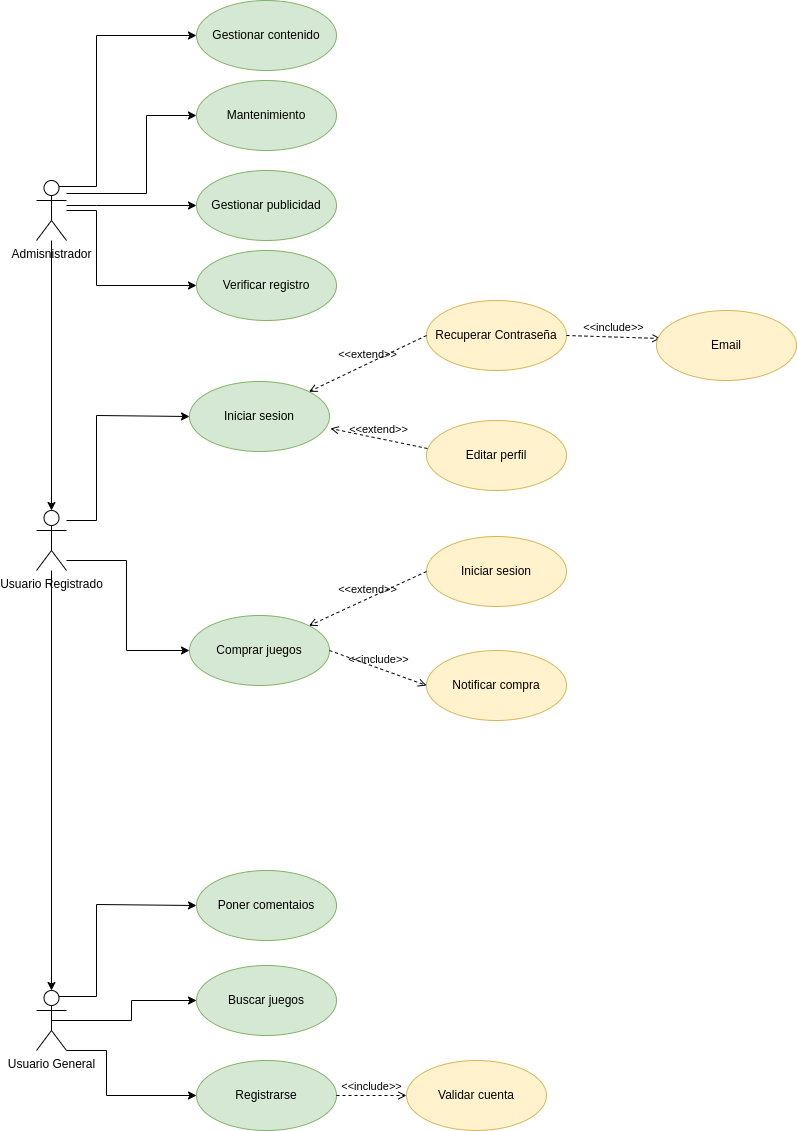
nexphernandez/Adict-Games keeps this draw.io diagram as images/diagramas/CasosDeUso.drawio.png. Above is the earlier version. Source tidied: cells renumbered, new cells last; positions are measured from the earlier drawing's top-left corner, leaving out a move shared by most shapes.
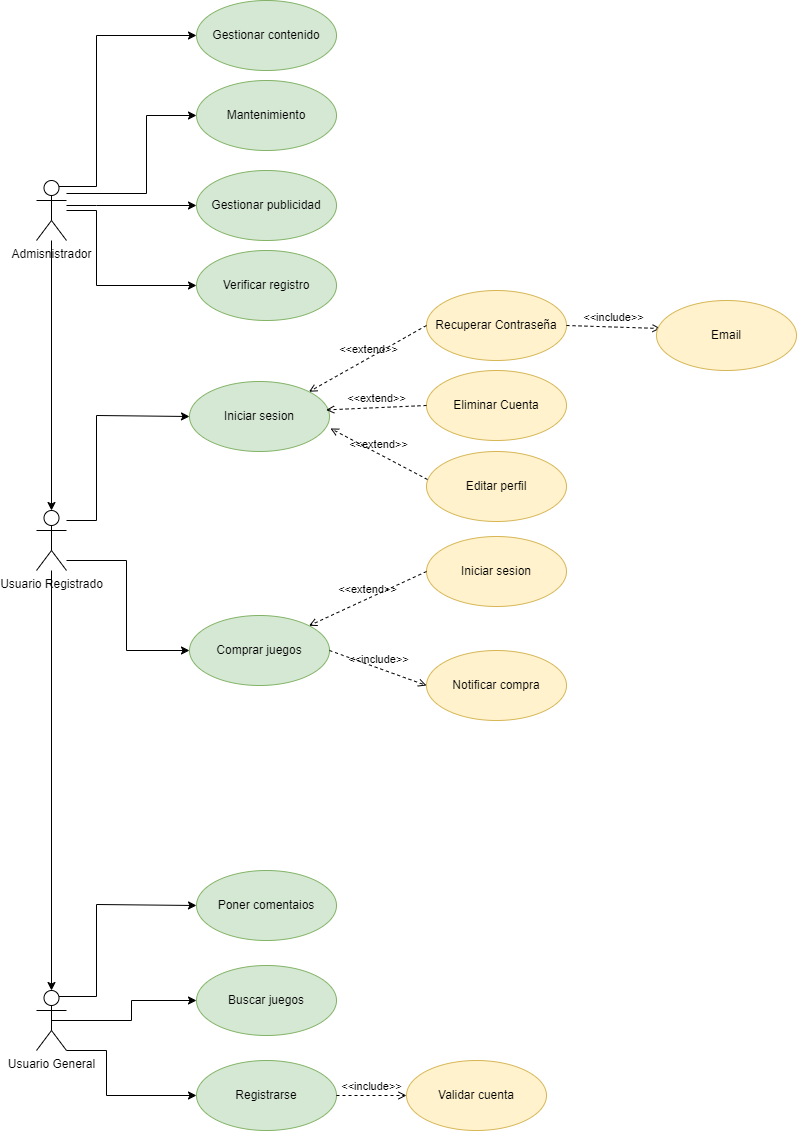
After the commit.

Commit message:
Se termina el diagrama de casos de usos #3

Diff of the diagram source:
```diff
@@ -97,7 +97,7 @@
       <mxGeometry x="160" y="80" width="140" height="70" as="geometry" />
     </mxCell>
     <mxCell id="20" value="Editar perfil" style="ellipse;whiteSpace=wrap;html=1;fillColor=#fff2cc;strokeColor=#d6b656;" parent="1" vertex="1">
-      <mxGeometry x="390" y="420" width="140" height="70" as="geometry" />
+      <mxGeometry x="390" y="451" width="140" height="70" as="geometry" />
     </mxCell>
     <mxCell id="21" value="Gestionar publicidad" style="ellipse;whiteSpace=wrap;html=1;fillColor=#d5e8d4;strokeColor=#82b366;labelBackgroundColor=none;" parent="1" vertex="1">
       <mxGeometry x="160" y="170" width="140" height="70" as="geometry" />
@@ -127,7 +127,7 @@
       <mxGeometry relative="1" as="geometry" />
     </mxCell>
     <mxCell id="30" value="Recuperar Contraseña" style="ellipse;whiteSpace=wrap;html=1;fillColor=#fff2cc;strokeColor=#d6b656;" parent="1" vertex="1">
-      <mxGeometry x="390" y="300" width="140" height="70" as="geometry" />
+      <mxGeometry x="390" y="290" width="140" height="70" as="geometry" />
     </mxCell>
     <mxCell id="31" value="&amp;lt;&amp;lt;extend&amp;gt;&amp;gt;" style="html=1;verticalAlign=bottom;labelBackgroundColor=none;endArrow=open;endFill=0;dashed=1;exitX=0;exitY=0.5;exitDx=0;exitDy=0;entryX=1;entryY=0;entryDx=0;entryDy=0;" parent="1" edge="1" source="30" target="26">
       <mxGeometry relative="1" as="geometry" />
@@ -136,7 +136,7 @@
       <mxGeometry relative="1" as="geometry" />
     </mxCell>
     <mxCell id="33" value="Email" style="ellipse;whiteSpace=wrap;html=1;fillColor=#fff2cc;strokeColor=#d6b656;" parent="1" vertex="1">
-      <mxGeometry x="620" y="310" width="140" height="70" as="geometry" />
+      <mxGeometry x="620" y="300" width="140" height="70" as="geometry" />
     </mxCell>
     <mxCell id="34" value="&amp;lt;&amp;lt;extend&amp;gt;&amp;gt;" style="html=1;verticalAlign=bottom;labelBackgroundColor=none;endArrow=open;endFill=0;dashed=1;exitX=0.007;exitY=0.4;exitDx=0;exitDy=0;entryX=1.007;entryY=0.671;entryDx=0;entryDy=0;exitPerimeter=0;entryPerimeter=0;" parent="1" edge="1" source="20" target="26">
       <mxGeometry relative="1" as="geometry" />
@@ -147,5 +147,11 @@
     <mxCell id="36" value="&amp;lt;&amp;lt;extend&amp;gt;&amp;gt;" style="html=1;verticalAlign=bottom;labelBackgroundColor=none;endArrow=open;endFill=0;dashed=1;exitX=0;exitY=0.5;exitDx=0;exitDy=0;entryX=1;entryY=0;entryDx=0;entryDy=0;" parent="1" edge="1" source="35" target="17">
       <mxGeometry relative="1" as="geometry" />
     </mxCell>
+    <mxCell id="37" value="Eliminar Cuenta" style="ellipse;whiteSpace=wrap;html=1;fillColor=#fff2cc;strokeColor=#d6b656;" parent="1" vertex="1">
+      <mxGeometry x="390" y="370" width="140" height="70" as="geometry" />
+    </mxCell>
+    <mxCell id="38" value="&amp;lt;&amp;lt;extend&amp;gt;&amp;gt;" style="html=1;verticalAlign=bottom;labelBackgroundColor=none;endArrow=open;endFill=0;dashed=1;exitX=0;exitY=0.5;exitDx=0;exitDy=0;entryX=0.976;entryY=0.406;entryDx=0;entryDy=0;entryPerimeter=0;" parent="1" edge="1" source="37" target="26">
+      <mxGeometry relative="1" as="geometry" />
+    </mxCell>
   </root>
 </mxGraphModel>
```
